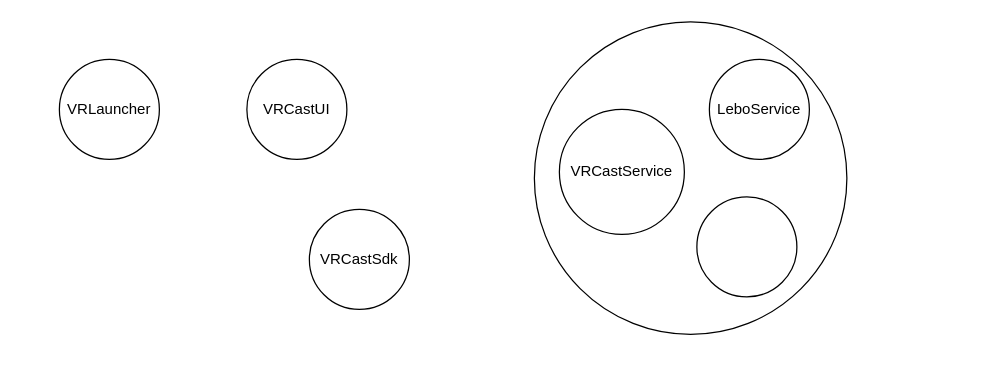
Above: page "VR cast数据流图" (5 of 5) of cast.drawio in Sejutor/visio (draw.io), before the change. Source tidied: cells renumbered, new cells numbered last; positions are measured from the earlier drawing's top-left corner, leaving out a move shared by most shapes. Both pictures are drawn from the tidied source at 125%, with x=0, y=0 at pixel (59, 21).
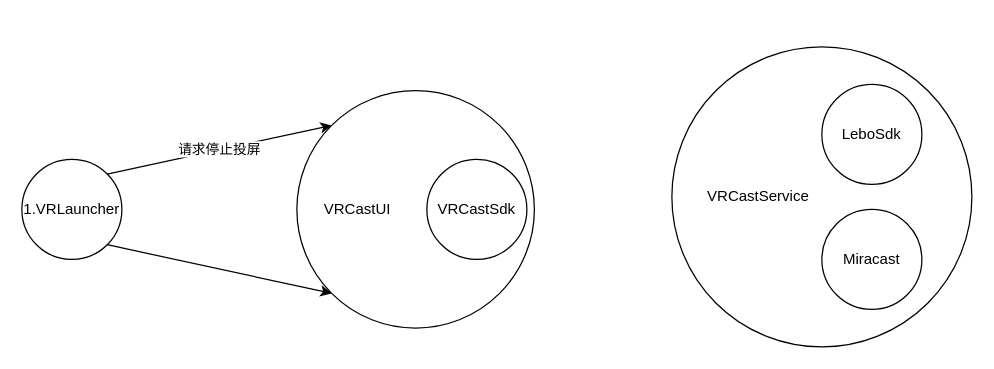
Above is the later version.

What changed in the source:
```diff
@@
 <mxGraphModel>
   <root>
     <mxCell id="0" />
     <mxCell id="1" parent="0" />
+    <mxCell id="3" value="&amp;nbsp; &amp;nbsp; &amp;nbsp; VRCastUI" style="ellipse;whiteSpace=wrap;html=1;align=left;" parent="1" vertex="1">
+      <mxGeometry x="190" y="55" width="190" height="190" as="geometry" />
+    </mxCell>
-    <mxCell id="2" style="ellipse;whiteSpace=wrap;html=1;" parent="1" vertex="1">
-      <mxGeometry x="380" width="250" height="250" as="geometry" />
+    <mxCell id="2" value="&amp;nbsp; &amp;nbsp; &amp;nbsp; &amp;nbsp; VRCastService" style="ellipse;whiteSpace=wrap;html=1;align=left;" parent="1" vertex="1">
+      <mxGeometry x="490" y="20" width="240" height="240" as="geometry" />
     </mxCell>
-    <mxCell id="3" value="VRCastUI" style="ellipse;whiteSpace=wrap;html=1;" parent="1" vertex="1">
-      <mxGeometry x="150" y="30" width="80" height="80" as="geometry" />
-    </mxCell>
     <mxCell id="4" value="VRCastSdk" style="ellipse;whiteSpace=wrap;html=1;" parent="1" vertex="1">
-      <mxGeometry x="200" y="150" width="80" height="80" as="geometry" />
+      <mxGeometry x="294" y="110" width="80" height="80" as="geometry" />
     </mxCell>
-    <mxCell id="5" value="VRCastService" style="ellipse;whiteSpace=wrap;html=1;" parent="1" vertex="1">
-      <mxGeometry x="400" y="70" width="100" height="100" as="geometry" />
-    </mxCell>
-    <mxCell id="6" value="LeboService" style="ellipse;whiteSpace=wrap;html=1;" parent="1" vertex="1">
-      <mxGeometry x="520" y="30" width="80" height="80" as="geometry" />
+    <mxCell id="6" value="LeboSdk" style="ellipse;whiteSpace=wrap;html=1;" parent="1" vertex="1">
+      <mxGeometry x="610" y="50" width="80" height="80" as="geometry" />
     </mxCell>
-    <mxCell id="7" style="ellipse;whiteSpace=wrap;html=1;" parent="1" vertex="1">
-      <mxGeometry x="510" y="140" width="80" height="80" as="geometry" />
+    <mxCell id="7" value="Miracast" style="ellipse;whiteSpace=wrap;html=1;" parent="1" vertex="1">
+      <mxGeometry x="610" y="150" width="80" height="80" as="geometry" />
     </mxCell>
-    <mxCell id="8" value="VRLauncher" style="ellipse;whiteSpace=wrap;html=1;" parent="1" vertex="1">
-      <mxGeometry y="30" width="80" height="80" as="geometry" />
+    <mxCell id="8" value="1.VRLauncher" style="ellipse;whiteSpace=wrap;html=1;" parent="1" vertex="1">
+      <mxGeometry x="-30" y="110" width="80" height="80" as="geometry" />
     </mxCell>
+    <mxCell id="9" value="请求停止投屏" style="endArrow=classic;html=1;rounded=0;exitX=1;exitY=0;exitDx=0;exitDy=0;entryX=0;entryY=0;entryDx=0;entryDy=0;" parent="1" edge="1" source="8" target="3">
+      <mxGeometry relative="1" as="geometry" />
+    </mxCell>
+    <mxCell id="10" style="endArrow=classic;html=1;rounded=0;exitX=1;exitY=1;exitDx=0;exitDy=0;entryX=0;entryY=1;entryDx=0;entryDy=0;" parent="1" edge="1" source="8" target="3">
+      <mxGeometry relative="1" as="geometry" />
+    </mxCell>
   </root>
 </mxGraphModel>
```
